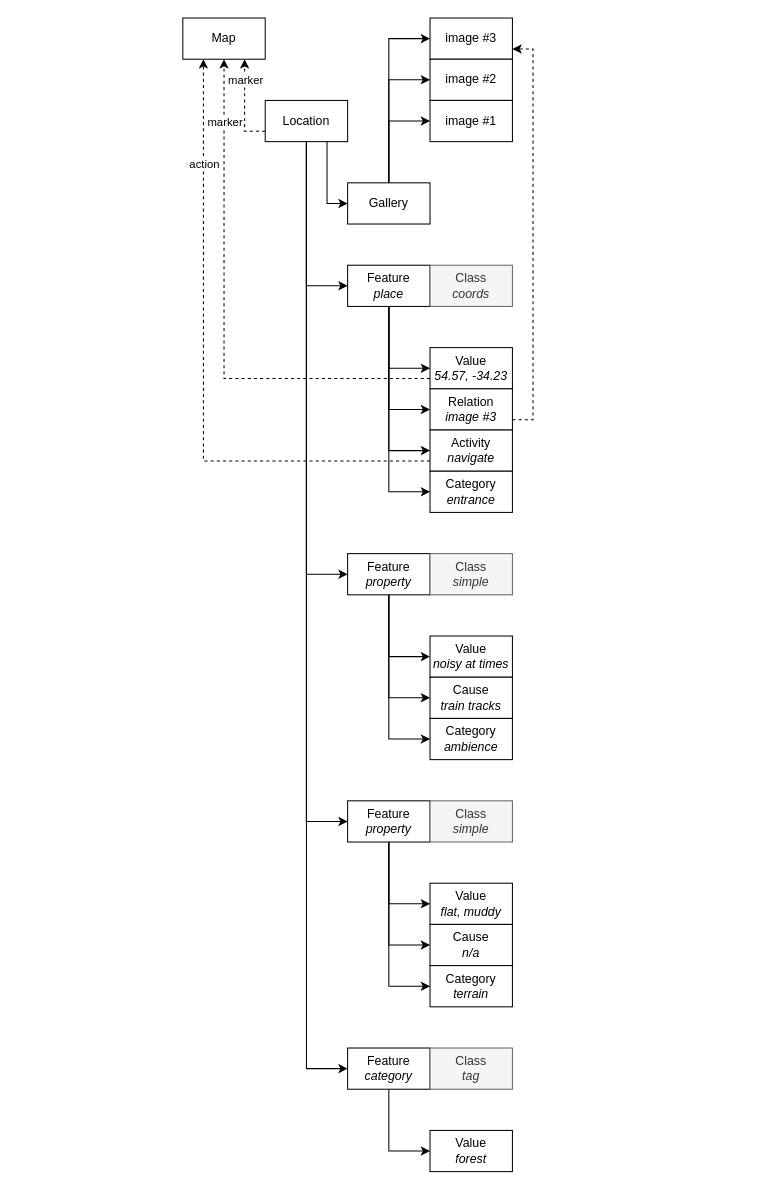
The draw.io diagram diagram/structure.drawio in filcuk/locus, before the edit. Source tidied: cells renumbered, new cells numbered last; positions are measured from the earlier drawing's top-left corner, leaving out a move shared by most shapes. Both pictures are drawn from the tidied source at 103%, with x=0, y=0 at pixel (182, 18).
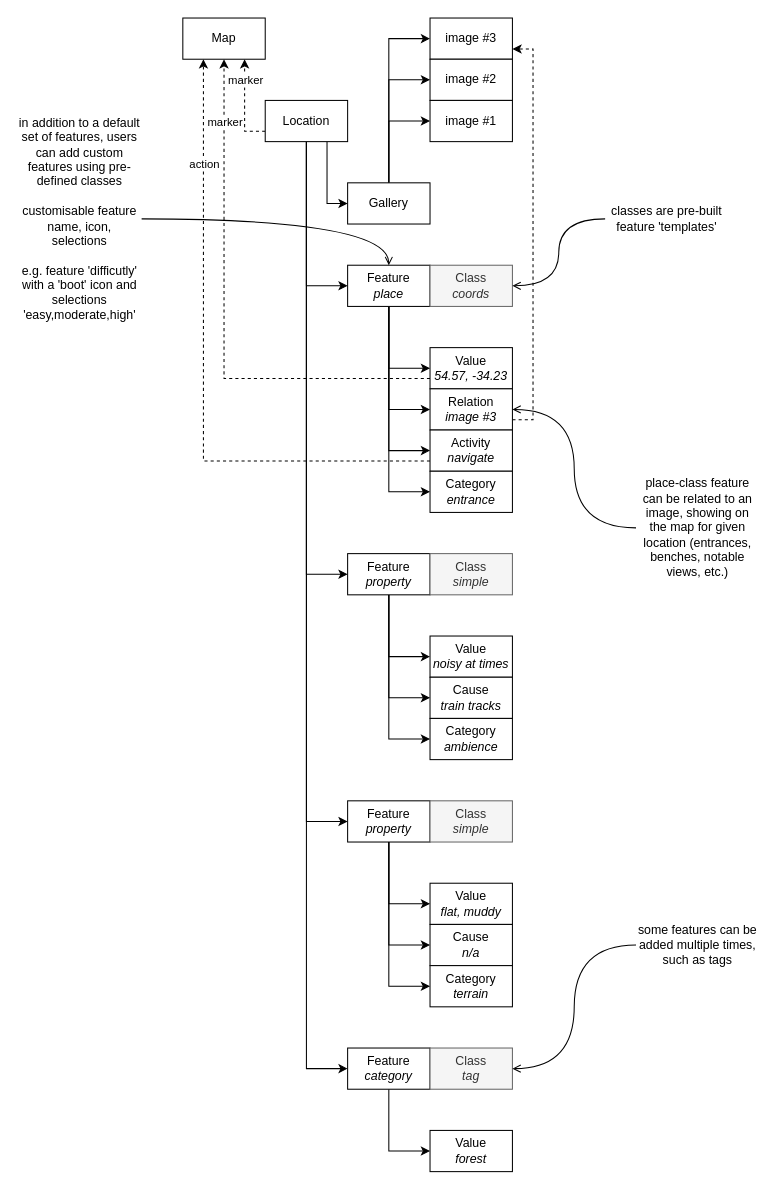
The same diagram, later.

The change refers to these unchanged cells:
```xml
<mxCell id="19" value="&lt;div&gt;Feature&lt;/div&gt;&lt;div&gt;&lt;i&gt;place&lt;/i&gt;&lt;br&gt;&lt;/div&gt;" style="rounded=0;whiteSpace=wrap;html=1;" parent="1" vertex="1">
  <mxGeometry x="160" y="240" width="80" height="40" as="geometry" />
</mxCell>
<mxCell id="20" value="Class&lt;br&gt;&lt;i&gt;coords&lt;/i&gt;" style="rounded=0;whiteSpace=wrap;html=1;fillColor=#f5f5f5;fontColor=#333333;strokeColor=#666666;" parent="1" vertex="1">
  <mxGeometry x="240" y="240" width="80" height="40" as="geometry" />
</mxCell>
<mxCell id="25" value="Relation&lt;br&gt;&lt;i&gt;image #3&lt;/i&gt;" style="rounded=0;whiteSpace=wrap;html=1;" parent="1" vertex="1">
  <mxGeometry x="240" y="360" width="80" height="40" as="geometry" />
</mxCell>
<mxCell id="55" value="Class&lt;br&gt;&lt;i&gt;tag&lt;/i&gt;" style="rounded=0;whiteSpace=wrap;html=1;fillColor=#f5f5f5;fontColor=#333333;strokeColor=#666666;" parent="1" vertex="1">
  <mxGeometry x="240" y="1000" width="80" height="40" as="geometry" />
</mxCell>
```

Diff of the diagram source:
```diff
@@
+    <mxCell id="57" style="edgeStyle=orthogonalEdgeStyle;jettySize=auto;html=1;exitX=0;exitY=0.5;exitDx=0;exitDy=0;entryX=1;entryY=0.5;entryDx=0;entryDy=0;strokeColor=default;curved=1;endArrow=open;endFill=0;" parent="1" edge="1" source="58" target="20">
+      <mxGeometry relative="1" as="geometry" />
+    </mxCell>
+    <mxCell id="58" value="classes are pre-built feature 'templates'" style="text;html=1;strokeColor=none;fillColor=none;align=center;verticalAlign=middle;whiteSpace=wrap;rounded=0;" parent="1" vertex="1">
+      <mxGeometry x="410" y="170" width="120" height="50" as="geometry" />
+    </mxCell>
+    <mxCell id="59" style="edgeStyle=orthogonalEdgeStyle;curved=1;jettySize=auto;html=1;entryX=0.5;entryY=0;entryDx=0;entryDy=0;strokeColor=default;endArrow=open;endFill=0;" parent="1" edge="1" source="60" target="19">
+      <mxGeometry relative="1" as="geometry" />
+    </mxCell>
+    <mxCell id="60" value="in addition to a default set of features, users can add custom features using pre-defined classes&lt;br&gt;&lt;br&gt;customisable feature name, icon, selections&lt;br&gt;&lt;br&gt;e.g. feature 'difficutly' with a 'boot' icon and selections 'easy,moderate,high'" style="text;html=1;strokeColor=none;fillColor=none;align=center;verticalAlign=middle;whiteSpace=wrap;rounded=0;" parent="1" vertex="1">
+      <mxGeometry x="-160" y="170" width="120" height="50" as="geometry" />
+    </mxCell>
+    <mxCell id="61" style="edgeStyle=orthogonalEdgeStyle;curved=1;jettySize=auto;html=1;exitX=0;exitY=0.5;exitDx=0;exitDy=0;entryX=1;entryY=0.5;entryDx=0;entryDy=0;strokeColor=default;endArrow=open;endFill=0;" parent="1" edge="1" source="62" target="55">
+      <mxGeometry relative="1" as="geometry" />
+    </mxCell>
+    <mxCell id="62" value="some features can be added multiple times, such as tags" style="text;html=1;strokeColor=none;fillColor=none;align=center;verticalAlign=middle;whiteSpace=wrap;rounded=0;" parent="1" vertex="1">
+      <mxGeometry x="440" y="875" width="120" height="50" as="geometry" />
+    </mxCell>
+    <mxCell id="63" style="edgeStyle=orthogonalEdgeStyle;curved=1;jettySize=auto;html=1;entryX=1;entryY=0.5;entryDx=0;entryDy=0;strokeColor=default;endArrow=open;endFill=0;" parent="1" edge="1" source="64" target="25">
+      <mxGeometry relative="1" as="geometry" />
+    </mxCell>
+    <mxCell id="64" value="place-class feature can be related to an image, showing on the map for given location (entrances, benches, notable views, etc.)" style="text;html=1;strokeColor=none;fillColor=none;align=center;verticalAlign=middle;whiteSpace=wrap;rounded=0;" parent="1" vertex="1">
+      <mxGeometry x="440" y="470" width="120" height="50" as="geometry" />
+    </mxCell>
```
